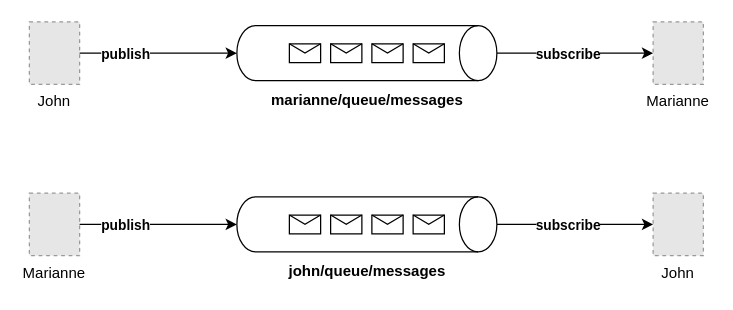
Before: page "1-one-to-one-broker-queue" (2 of 5) of websocket-one-to-one-chat.drawio in ria-19/Chat-application-, a draw.io diagram. Source tidied: cells renumbered, new cells numbered last; positions are measured from the earlier drawing's top-left corner, leaving out a move shared by most shapes. Both pictures are drawn from the tidied source at 125%, with x=0, y=0 at pixel (29, -78). Pictures stored in the file or linked from it are replaced by grey dashed boxes.
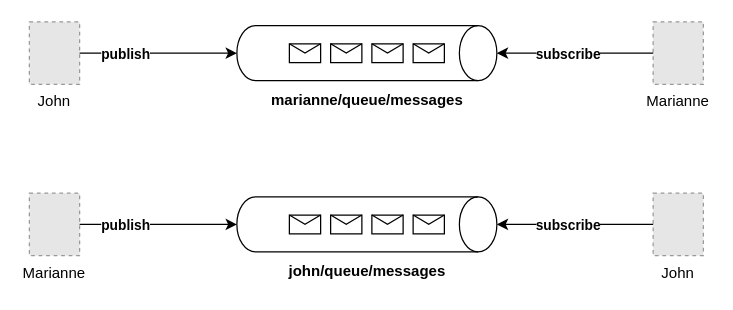
The same diagram, later.

Unchanged cells that the change refers to:
```xml
<mxCell id="3" value="Marianne" style="fillColor=#E6E6E6;strokeColor=#999999;dashed=1;verticalLabelPosition=bottom;labelBackgroundColor=default;verticalAlign=top;" parent="1" vertex="1">
  <mxGeometry x="499" y="79" width="40.2" height="50" as="geometry" />
</mxCell>
<mxCell id="6" style="shape=cylinder3;whiteSpace=wrap;html=1;boundedLbl=1;backgroundOutline=1;size=15;rotation=90;" parent="1" vertex="1">
  <mxGeometry x="248" width="44" height="208" as="geometry" />
</mxCell>
<mxCell id="10" value="John" style="fillColor=#E6E6E6;strokeColor=#999999;dashed=1;verticalLabelPosition=bottom;labelBackgroundColor=default;verticalAlign=top;" parent="1" vertex="1">
  <mxGeometry x="499" y="216" width="40.2" height="50" as="geometry" />
</mxCell>
<mxCell id="13" style="shape=cylinder3;whiteSpace=wrap;html=1;boundedLbl=1;backgroundOutline=1;size=15;rotation=90;" parent="1" vertex="1">
  <mxGeometry x="248" y="137" width="44" height="208" as="geometry" />
</mxCell>
```

What changed in the source:
```diff
@@
-    <mxCell id="4" style="edgeStyle=orthogonalEdgeStyle;rounded=0;jettySize=auto;html=1;entryX=0;entryY=0.5;entryDx=0;entryDy=0;" parent="1" edge="1" source="6" target="3">
+    <mxCell id="4" style="edgeStyle=orthogonalEdgeStyle;rounded=0;jettySize=auto;html=1;entryX=0;entryY=0.5;entryDx=0;entryDy=0;startArrow=classic;startFill=1;endArrow=none;endFill=0;" parent="1" edge="1" source="6" target="3">
       <mxGeometry relative="1" as="geometry" />
     </mxCell>
@@
-    <mxCell id="11" style="edgeStyle=orthogonalEdgeStyle;rounded=0;jettySize=auto;html=1;entryX=0;entryY=0.5;entryDx=0;entryDy=0;" parent="1" edge="1" source="13" target="10">
+    <mxCell id="11" style="edgeStyle=orthogonalEdgeStyle;rounded=0;jettySize=auto;html=1;entryX=0;entryY=0.5;entryDx=0;entryDy=0;endArrow=none;endFill=0;startArrow=classic;startFill=1;" parent="1" edge="1" source="13" target="10">
       <mxGeometry relative="1" as="geometry" />
     </mxCell>
```
